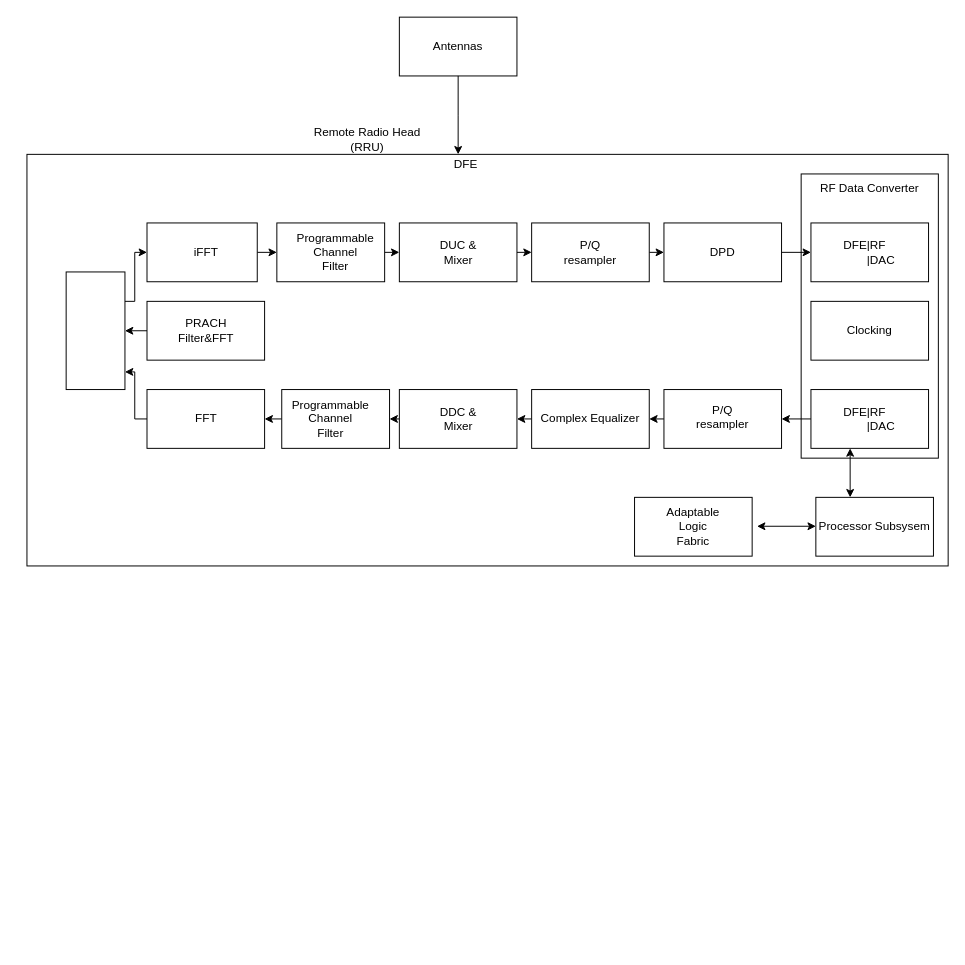
This is diagramm.drawio from vikastatsenko/drawio, a draw.io file, before an edit. Source tidied: cells renumbered, new cells numbered last; positions are measured from the earlier drawing's top-left corner, leaving out a move shared by most shapes. Both pictures are drawn from the tidied source at 98%, with x=0, y=0 at pixel (26, 17).
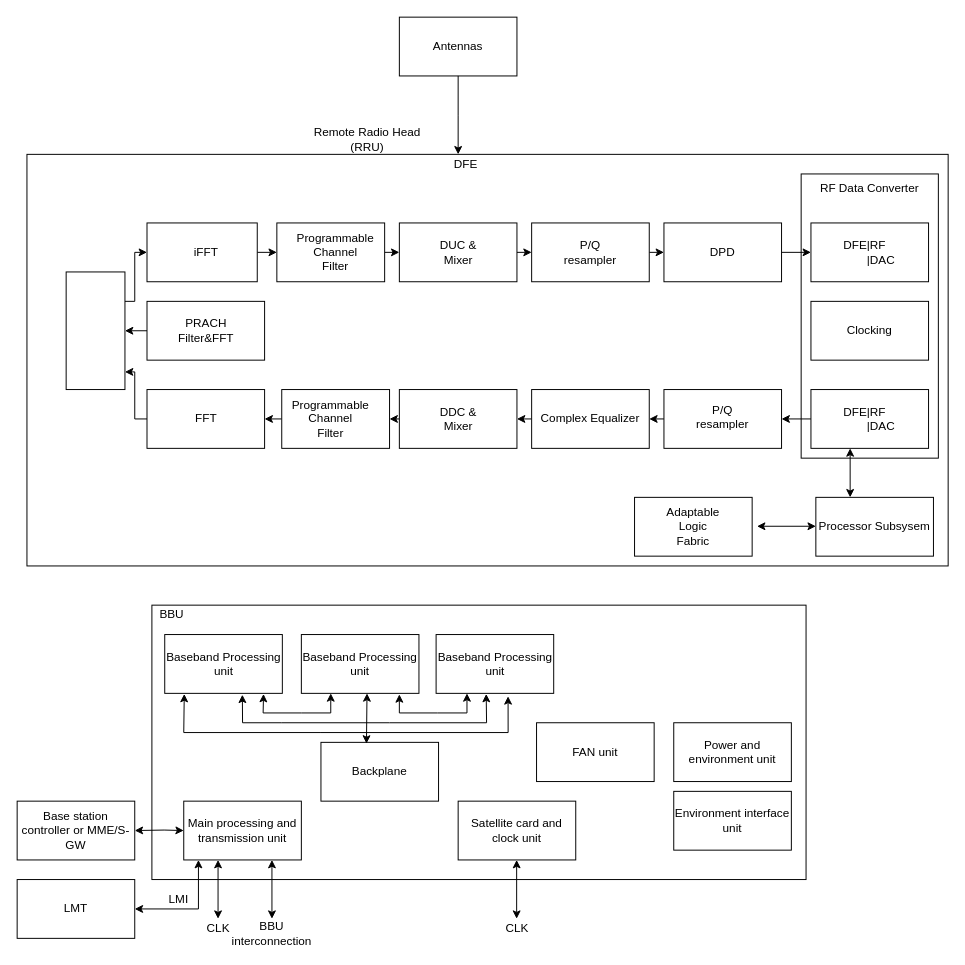
Above is the later version.

The edit, as a diff of the source:
```diff
@@
+    <mxCell id="53" value="Baseband Processing unit" style="rounded=0;whiteSpace=wrap;html=1;" parent="1" vertex="1">
+      <mxGeometry x="140.6" y="630" width="120" height="60" as="geometry" />
+    </mxCell>
+    <mxCell id="54" value="Baseband Processing unit" style="rounded=0;whiteSpace=wrap;html=1;" parent="1" vertex="1">
+      <mxGeometry x="280" y="630" width="120" height="60" as="geometry" />
+    </mxCell>
+    <mxCell id="55" value="Baseband Processing unit" style="rounded=0;whiteSpace=wrap;html=1;" parent="1" vertex="1">
+      <mxGeometry x="417.5" y="630" width="120" height="60" as="geometry" />
+    </mxCell>
+    <mxCell id="56" value="FAN unit" style="rounded=0;whiteSpace=wrap;html=1;" parent="1" vertex="1">
+      <mxGeometry x="520" y="720" width="120" height="60" as="geometry" />
+    </mxCell>
+    <mxCell id="57" value="Power and environment unit" style="rounded=0;whiteSpace=wrap;html=1;" parent="1" vertex="1">
+      <mxGeometry x="660" y="720" width="120" height="60" as="geometry" />
+    </mxCell>
+    <mxCell id="58" value="Main processing and transmission unit" style="rounded=0;whiteSpace=wrap;html=1;" parent="1" vertex="1">
+      <mxGeometry x="160" y="800" width="120" height="60" as="geometry" />
+    </mxCell>
+    <mxCell id="59" value="Satellite card and clock unit" style="rounded=0;whiteSpace=wrap;html=1;" parent="1" vertex="1">
+      <mxGeometry x="440" y="800" width="120" height="60" as="geometry" />
+    </mxCell>
+    <mxCell id="60" value="Environment interface unit" style="rounded=0;whiteSpace=wrap;html=1;" parent="1" vertex="1">
+      <mxGeometry x="660" y="790" width="120" height="60" as="geometry" />
+    </mxCell>
+    <mxCell id="61" value="Base station controller or MME/S-GW" style="rounded=0;whiteSpace=wrap;html=1;" parent="1" vertex="1">
+      <mxGeometry x="-10" y="800" width="120" height="60" as="geometry" />
+    </mxCell>
+    <mxCell id="62" style="endArrow=classic;startArrow=classic;html=1;rounded=0;entryX=0;entryY=0.5;entryDx=0;entryDy=0;exitX=1;exitY=0.5;exitDx=0;exitDy=0;" parent="1" edge="1" source="61" target="58">
+      <mxGeometry relative="1" as="geometry">
+        <Array as="points">
+          <mxPoint x="140" y="829.5" />
+        </Array>
+      </mxGeometry>
+    </mxCell>
+    <mxCell id="63" style="endArrow=classic;startArrow=classic;html=1;rounded=0;" parent="1" edge="1">
+      <mxGeometry relative="1" as="geometry">
+        <mxPoint x="499.7" y="920" as="sourcePoint" />
+        <mxPoint x="499.7" y="860" as="targetPoint" />
+      </mxGeometry>
+    </mxCell>
+    <mxCell id="64" style="endArrow=classic;startArrow=classic;html=1;rounded=0;" parent="1" edge="1">
+      <mxGeometry relative="1" as="geometry">
+        <mxPoint x="250" y="920" as="sourcePoint" />
+        <mxPoint x="250" y="860" as="targetPoint" />
+      </mxGeometry>
+    </mxCell>
+    <mxCell id="65" style="endArrow=classic;startArrow=classic;html=1;rounded=0;" parent="1" edge="1">
+      <mxGeometry relative="1" as="geometry">
+        <mxPoint x="195" y="920" as="sourcePoint" />
+        <mxPoint x="195" y="860" as="targetPoint" />
+      </mxGeometry>
+    </mxCell>
+    <mxCell id="66" value="CLK" style="text;html=1;align=center;verticalAlign=middle;whiteSpace=wrap;rounded=0;" parent="1" vertex="1">
+      <mxGeometry x="175" y="920" width="41.2" height="20" as="geometry" />
+    </mxCell>
+    <mxCell id="67" value="BBU&lt;div&gt;interconnection&lt;/div&gt;" style="text;html=1;align=center;verticalAlign=middle;whiteSpace=wrap;rounded=0;" parent="1" vertex="1">
+      <mxGeometry x="220" y="920" width="60" height="30" as="geometry" />
+    </mxCell>
+    <mxCell id="68" value="CLK" style="text;html=1;align=center;verticalAlign=middle;whiteSpace=wrap;rounded=0;" parent="1" vertex="1">
+      <mxGeometry x="480" y="920" width="41.2" height="20" as="geometry" />
+    </mxCell>
+    <mxCell id="69" style="endArrow=classic;startArrow=classic;html=1;rounded=0;exitX=1;exitY=0.5;exitDx=0;exitDy=0;" parent="1" edge="1" source="71">
+      <mxGeometry relative="1" as="geometry">
+        <mxPoint x="175" y="860" as="targetPoint" />
+        <Array as="points">
+          <mxPoint x="175" y="910" />
+        </Array>
+      </mxGeometry>
+    </mxCell>
+    <mxCell id="70" value="LMI" style="text;html=1;align=center;verticalAlign=middle;whiteSpace=wrap;rounded=0;" parent="1" vertex="1">
+      <mxGeometry x="135" y="890" width="40" height="20" as="geometry" />
+    </mxCell>
+    <mxCell id="71" value="LMT" style="rounded=0;whiteSpace=wrap;html=1;" parent="1" vertex="1">
+      <mxGeometry x="-10" y="880" width="120" height="60" as="geometry" />
+    </mxCell>
+    <mxCell id="72" style="rounded=0;whiteSpace=wrap;html=1;fillColor=none;" parent="1" vertex="1">
+      <mxGeometry x="127.5" y="600" width="667.5" height="280" as="geometry" />
+    </mxCell>
+    <mxCell id="73" value="BBU" style="text;html=1;align=center;verticalAlign=middle;whiteSpace=wrap;rounded=0;" parent="1" vertex="1">
+      <mxGeometry x="122.5" y="600" width="50" height="20" as="geometry" />
+    </mxCell>
+    <mxCell id="74" value="Backplane" style="rounded=0;whiteSpace=wrap;html=1;" parent="1" vertex="1">
+      <mxGeometry x="300" y="740" width="120" height="60" as="geometry" />
+    </mxCell>
+    <mxCell id="75" style="endArrow=classic;startArrow=classic;html=1;rounded=0;entryX=0.25;entryY=1;entryDx=0;entryDy=0;exitX=0.84;exitY=1.01;exitDx=0;exitDy=0;exitPerimeter=0;" parent="1" edge="1" source="53" target="54">
+      <mxGeometry relative="1" as="geometry">
+        <Array as="points">
+          <mxPoint x="241" y="710" />
+          <mxPoint x="280" y="710" />
+          <mxPoint x="310" y="710" />
+        </Array>
+      </mxGeometry>
+    </mxCell>
+    <mxCell id="76" style="endArrow=classic;startArrow=classic;html=1;rounded=0;entryX=0.25;entryY=1;entryDx=0;entryDy=0;exitX=0.84;exitY=1.01;exitDx=0;exitDy=0;exitPerimeter=0;" parent="1" edge="1">
+      <mxGeometry relative="1" as="geometry">
+        <mxPoint x="380" y="691" as="sourcePoint" />
+        <mxPoint x="449" y="690" as="targetPoint" />
+        <Array as="points">
+          <mxPoint x="380" y="710" />
+          <mxPoint x="419" y="710" />
+          <mxPoint x="449" y="710" />
+        </Array>
+      </mxGeometry>
+    </mxCell>
+    <mxCell id="77" style="endArrow=classic;startArrow=classic;html=1;rounded=0;entryX=0.426;entryY=1.01;entryDx=0;entryDy=0;exitX=0.66;exitY=1.023;exitDx=0;exitDy=0;exitPerimeter=0;entryPerimeter=0;" parent="1" edge="1" source="53" target="55">
+      <mxGeometry relative="1" as="geometry">
+        <Array as="points">
+          <mxPoint x="220" y="720" />
+          <mxPoint x="260" y="720" />
+          <mxPoint x="370" y="720" />
+          <mxPoint x="469" y="720" />
+        </Array>
+      </mxGeometry>
+    </mxCell>
+    <mxCell id="78" style="endArrow=classic;startArrow=classic;html=1;rounded=0;entryX=0.612;entryY=1.05;entryDx=0;entryDy=0;exitX=0.166;exitY=1.01;exitDx=0;exitDy=0;exitPerimeter=0;entryPerimeter=0;" parent="1" edge="1" source="53" target="55">
+      <mxGeometry relative="1" as="geometry">
+        <Array as="points">
+          <mxPoint x="160" y="730" />
+          <mxPoint x="300" y="730" />
+          <mxPoint x="491" y="730" />
+        </Array>
+      </mxGeometry>
+    </mxCell>
+    <mxCell id="79" style="endArrow=classic;startArrow=classic;html=1;rounded=0;exitX=0.387;exitY=0.021;exitDx=0;exitDy=0;exitPerimeter=0;" parent="1" edge="1" source="74">
+      <mxGeometry relative="1" as="geometry">
+        <mxPoint x="347" y="690" as="targetPoint" />
+      </mxGeometry>
+    </mxCell>
```
